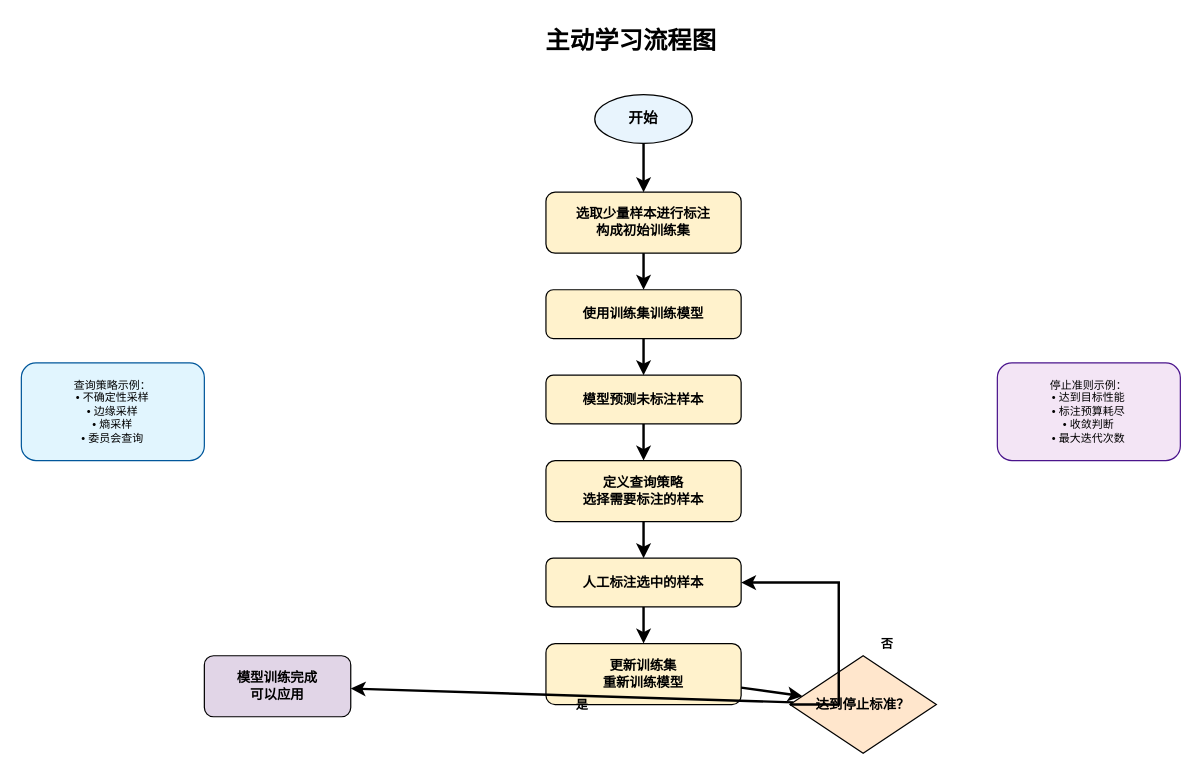
Earlier version of the draw.io diagram active learing.drawio (Melnis8/Chart). Source tidied: cells renumbered, new cells numbered last; positions are measured from the earlier drawing's top-left corner, leaving out a move shared by most shapes. Both pictures are drawn from the tidied source at 122%, with x=0, y=0 at pixel (21, 21).
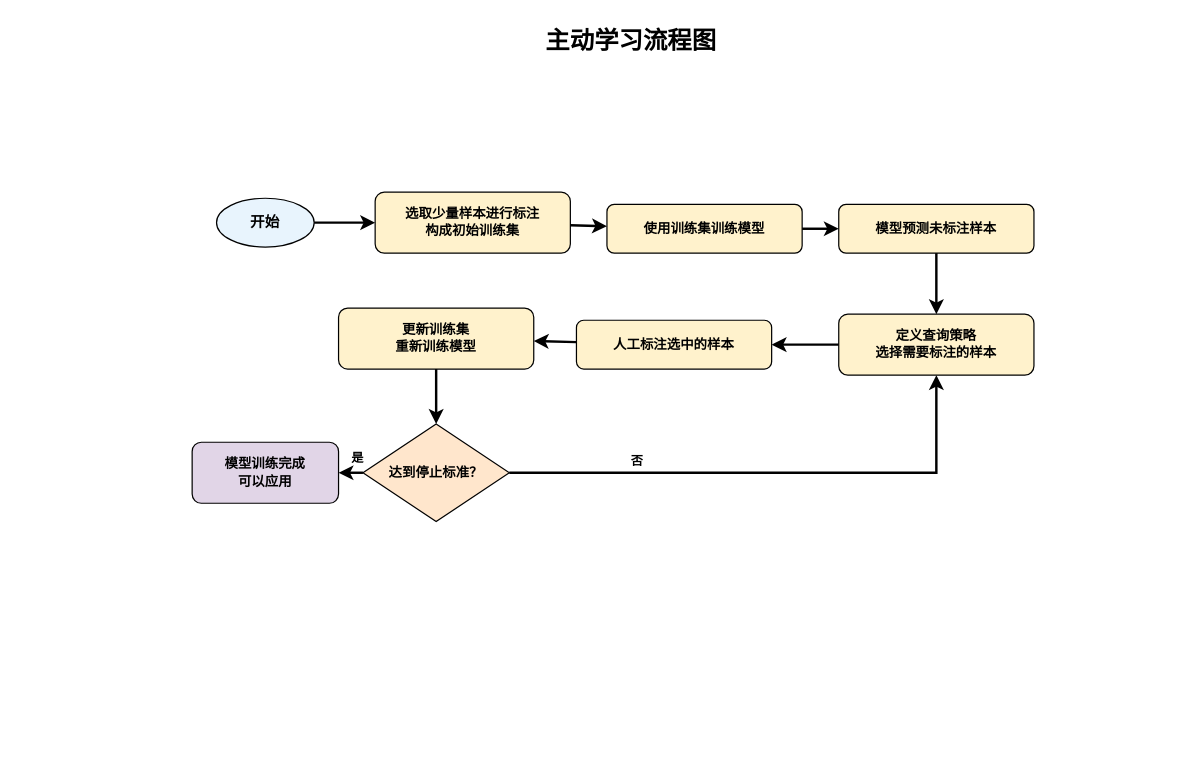
The same diagram, later.

Change to the diagram source:
```diff
@@
     <mxCell id="3" value="开始" style="ellipse;whiteSpace=wrap;html=1;fillColor=#E8F4FD;strokeColor=#000000;fontSize=12;fontStyle=1;" parent="1" vertex="1">
-      <mxGeometry x="470" y="60" width="80" height="40" as="geometry" />
+      <mxGeometry x="160" y="145" width="80" height="40" as="geometry" />
     </mxCell>
     <mxCell id="4" value="选取少量样本进行标注&#10;构成初始训练集" style="rounded=1;whiteSpace=wrap;html=1;fillColor=#FFF2CC;strokeColor=#000000;fontSize=11;fontStyle=1;" parent="1" vertex="1">
-      <mxGeometry x="430" y="140" width="160" height="50" as="geometry" />
+      <mxGeometry x="290" y="140" width="160" height="50" as="geometry" />
     </mxCell>
     <mxCell id="5" value="使用训练集训练模型" style="rounded=1;whiteSpace=wrap;html=1;fillColor=#FFF2CC;strokeColor=#000000;fontSize=11;fontStyle=1;" parent="1" vertex="1">
-      <mxGeometry x="430" y="220" width="160" height="40" as="geometry" />
+      <mxGeometry x="480" y="150" width="160" height="40" as="geometry" />
     </mxCell>
     <mxCell id="6" value="模型预测未标注样本" style="rounded=1;whiteSpace=wrap;html=1;fillColor=#FFF2CC;strokeColor=#000000;fontSize=11;fontStyle=1;" parent="1" vertex="1">
-      <mxGeometry x="430" y="290" width="160" height="40" as="geometry" />
+      <mxGeometry x="670" y="150" width="160" height="40" as="geometry" />
     </mxCell>
     <mxCell id="7" value="定义查询策略&#10;选择需要标注的样本" style="rounded=1;whiteSpace=wrap;html=1;fillColor=#FFF2CC;strokeColor=#000000;fontSize=11;fontStyle=1;" parent="1" vertex="1">
-      <mxGeometry x="430" y="360" width="160" height="50" as="geometry" />
+      <mxGeometry x="670" y="240" width="160" height="50" as="geometry" />
     </mxCell>
     <mxCell id="8" value="人工标注选中的样本" style="rounded=1;whiteSpace=wrap;html=1;fillColor=#FFF2CC;strokeColor=#000000;fontSize=11;fontStyle=1;" parent="1" vertex="1">
-      <mxGeometry x="430" y="440" width="160" height="40" as="geometry" />
+      <mxGeometry x="455" y="245" width="160" height="40" as="geometry" />
     </mxCell>
     <mxCell id="9" value="更新训练集&#10;重新训练模型" style="rounded=1;whiteSpace=wrap;html=1;fillColor=#FFF2CC;strokeColor=#000000;fontSize=11;fontStyle=1;" parent="1" vertex="1">
-      <mxGeometry x="430" y="510" width="160" height="50" as="geometry" />
+      <mxGeometry x="260" y="235" width="160" height="50" as="geometry" />
     </mxCell>
     <mxCell id="10" value="达到停止标准？" style="rhombus;whiteSpace=wrap;html=1;fillColor=#FFE6CC;strokeColor=#000000;fontSize=11;fontStyle=1;" parent="1" vertex="1">
-      <mxGeometry x="630" y="520" width="120" height="80" as="geometry" />
+      <mxGeometry x="280" y="330" width="120" height="80" as="geometry" />
     </mxCell>
     <mxCell id="11" value="模型训练完成&#10;可以应用" style="rounded=1;whiteSpace=wrap;html=1;fillColor=#E1D5E7;strokeColor=#000000;fontSize=11;fontStyle=1;" parent="1" vertex="1">
-      <mxGeometry x="150" y="520" width="120" height="50" as="geometry" />
+      <mxGeometry x="140" y="345" width="120" height="50" as="geometry" />
     </mxCell>
@@
-    <mxCell id="19" style="endArrow=classic;html=1;rounded=0;strokeWidth=2;" parent="1" edge="1" source="10" target="8">
+    <mxCell id="19" style="endArrow=classic;html=1;rounded=0;strokeWidth=2;entryX=0.5;entryY=1;entryDx=0;entryDy=0;" parent="1" edge="1" source="10" target="7">
       <mxGeometry relative="1" as="geometry">
         <Array as="points">
-          <mxPoint x="670" y="560" />
-          <mxPoint x="670" y="460" />
+          <mxPoint x="400" y="370" />
+          <mxPoint x="750" y="370" />
         </Array>
       </mxGeometry>
     </mxCell>
@@
     <mxCell id="21" value="否" style="text;html=1;strokeColor=none;fillColor=none;align=center;verticalAlign=middle;whiteSpace=wrap;rounded=0;fontSize=10;fontStyle=1;" parent="1" vertex="1">
-      <mxGeometry x="700" y="500" width="20" height="20" as="geometry" />
+      <mxGeometry x="495" y="350" width="20" height="20" as="geometry" />
     </mxCell>
     <mxCell id="22" value="是" style="text;html=1;strokeColor=none;fillColor=none;align=center;verticalAlign=middle;whiteSpace=wrap;rounded=0;fontSize=10;fontStyle=1;" parent="1" vertex="1">
-      <mxGeometry x="450" y="550" width="20" height="20" as="geometry" />
+      <mxGeometry x="266" y="348" width="20" height="20" as="geometry" />
     </mxCell>
-    <mxCell id="23" value="查询策略示例：&#10;• 不确定性采样&#10;• 边缘采样&#10;• 熵采样&#10;• 委员会查询" style="rounded=1;whiteSpace=wrap;html=1;fillColor=#E1F5FE;strokeColor=#01579B;fontSize=9;" parent="1" vertex="1">
-      <mxGeometry y="280" width="150" height="80" as="geometry" />
-    </mxCell>
-    <mxCell id="24" value="停止准则示例：&#10;• 达到目标性能&#10;• 标注预算耗尽&#10;• 收敛判断&#10;• 最大迭代次数" style="rounded=1;whiteSpace=wrap;html=1;fillColor=#F3E5F5;strokeColor=#4A148C;fontSize=9;" parent="1" vertex="1">
-      <mxGeometry x="800" y="280" width="150" height="80" as="geometry" />
-    </mxCell>
+    <mxCell id="25" style="edgeStyle=orthogonalEdgeStyle;rounded=0;orthogonalLoop=1;jettySize=auto;html=1;exitX=0.5;exitY=1;exitDx=0;exitDy=0;" parent="1" edge="1" source="5" target="5">
+      <mxGeometry relative="1" as="geometry" />
+    </mxCell>
```
